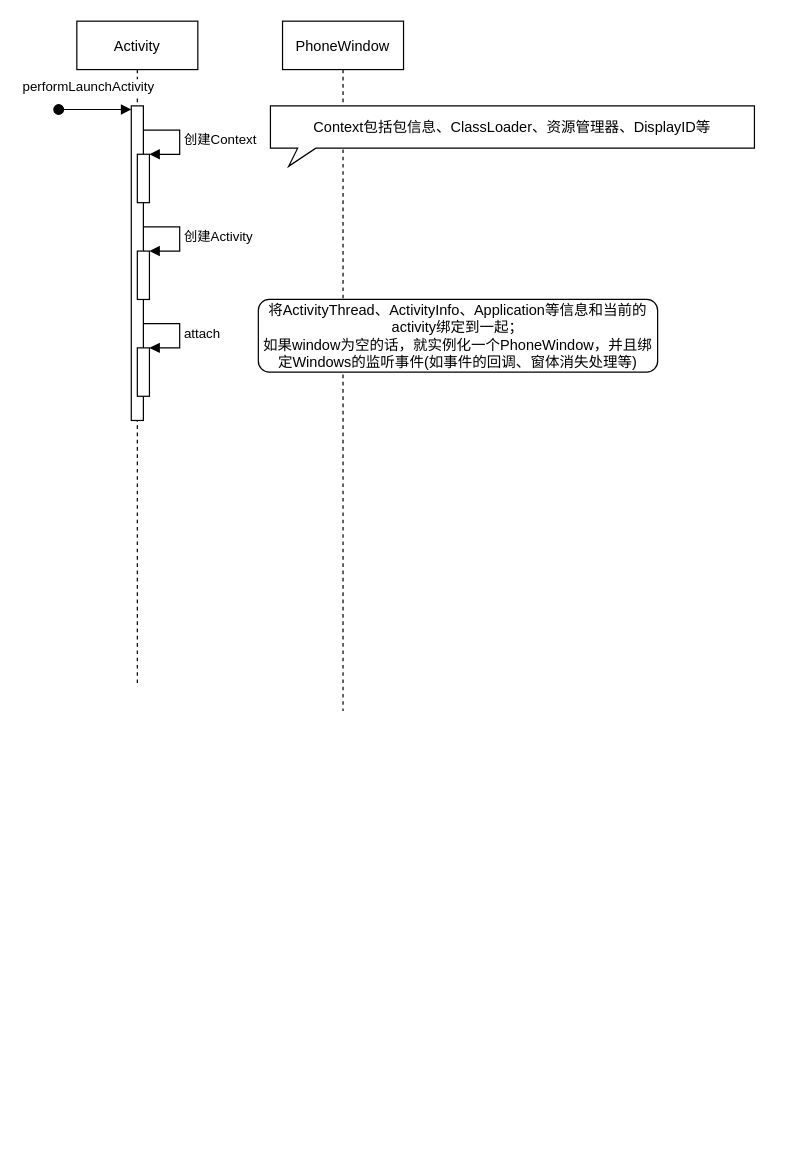
dlwanghw/diagram keeps this draw.io diagram as 安卓视窗系统渲染架构分析.drawio. Above is the earlier version. Source tidied: cells renumbered, new cells numbered last; positions are measured from the earlier drawing's top-left corner, leaving out a move shared by most shapes. Both pictures are drawn from the tidied source at 121%, with x=0, y=0 at pixel (58, 21).
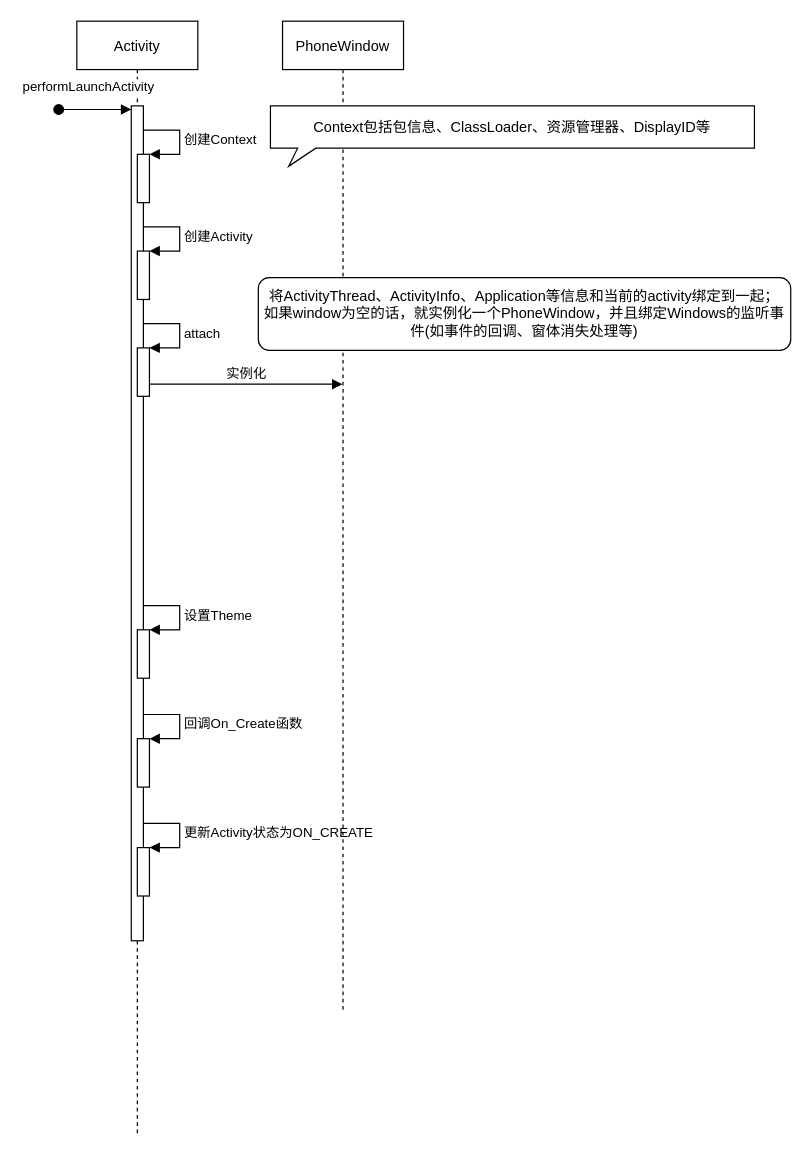
Above is the later version.

Commit message (it also covers changes not shown here):
Update 安卓视窗系统渲染架构分析.drawio

Change to the diagram source:
```diff
@@
     <mxCell id="2" value="Activity" style="shape=umlLifeline;perimeter=lifelinePerimeter;rounded=0;shadow=0;strokeWidth=1;" parent="1" vertex="1">
-      <mxGeometry x="15" width="100" height="550" as="geometry" />
+      <mxGeometry x="15" width="100" height="920" as="geometry" />
     </mxCell>
     <mxCell id="3" style="perimeter=orthogonalPerimeter;rounded=0;shadow=0;strokeWidth=1;" parent="2" vertex="1">
-      <mxGeometry x="45" y="70" width="10" height="260" as="geometry" />
+      <mxGeometry x="45" y="70" width="10" height="690" as="geometry" />
     </mxCell>
@@
+    <mxCell id="14" style="html=1;points=[];perimeter=orthogonalPerimeter;" parent="2" vertex="1">
+      <mxGeometry x="50" y="503" width="10" height="40" as="geometry" />
+    </mxCell>
+    <mxCell id="15" value="设置Theme" style="edgeStyle=orthogonalEdgeStyle;html=1;align=left;spacingLeft=2;endArrow=block;rounded=0;entryX=1;entryY=0;" parent="2" edge="1" target="14">
+      <mxGeometry relative="1" as="geometry">
+        <mxPoint x="55" y="483" as="sourcePoint" />
+        <Array as="points">
+          <mxPoint x="85" y="483" />
+        </Array>
+      </mxGeometry>
+    </mxCell>
+    <mxCell id="16" style="html=1;points=[];perimeter=orthogonalPerimeter;" parent="2" vertex="1">
+      <mxGeometry x="50" y="593" width="10" height="40" as="geometry" />
+    </mxCell>
+    <mxCell id="17" value="回调On_Create函数" style="edgeStyle=orthogonalEdgeStyle;html=1;align=left;spacingLeft=2;endArrow=block;rounded=0;entryX=1;entryY=0;" parent="2" edge="1" target="16">
+      <mxGeometry relative="1" as="geometry">
+        <mxPoint x="55" y="573" as="sourcePoint" />
+        <Array as="points">
+          <mxPoint x="85" y="573" />
+        </Array>
+      </mxGeometry>
+    </mxCell>
+    <mxCell id="18" style="html=1;points=[];perimeter=orthogonalPerimeter;" parent="2" vertex="1">
+      <mxGeometry x="50" y="683" width="10" height="40" as="geometry" />
+    </mxCell>
+    <mxCell id="19" value="更新Activity状态为ON_CREATE" style="edgeStyle=orthogonalEdgeStyle;html=1;align=left;spacingLeft=2;endArrow=block;rounded=0;entryX=1;entryY=0;" parent="2" edge="1" target="18">
+      <mxGeometry relative="1" as="geometry">
+        <mxPoint x="55" y="663" as="sourcePoint" />
+        <Array as="points">
+          <mxPoint x="85" y="663" />
+        </Array>
+      </mxGeometry>
+    </mxCell>
+    <mxCell id="20" value="实例化" style="html=1;verticalAlign=bottom;endArrow=block;rounded=0;" parent="2" edge="1" target="11">
+      <mxGeometry relative="1" as="geometry">
+        <mxPoint x="60" y="300" as="sourcePoint" />
+      </mxGeometry>
+    </mxCell>
     <mxCell id="11" value="PhoneWindow" style="shape=umlLifeline;perimeter=lifelinePerimeter;rounded=0;shadow=0;strokeWidth=1;" parent="1" vertex="1">
-      <mxGeometry x="185" width="100" height="570" as="geometry" />
+      <mxGeometry x="185" width="100" height="820" as="geometry" />
     </mxCell>
@@
     <mxCell id="13" value="将ActivityThread、ActivityInfo、Application等信息和当前的activity绑定到一起；&lt;br&gt;如果window为空的话，就实例化一个PhoneWindow，并且绑定Windows的监听事件(如事件的回调、窗体消失处理等)" style="rounded=1;whiteSpace=wrap;html=1;" parent="1" vertex="1">
-      <mxGeometry x="165" y="230" width="330" height="60" as="geometry" />
+      <mxGeometry x="165" y="212" width="440" height="60" as="geometry" />
     </mxCell>
```
